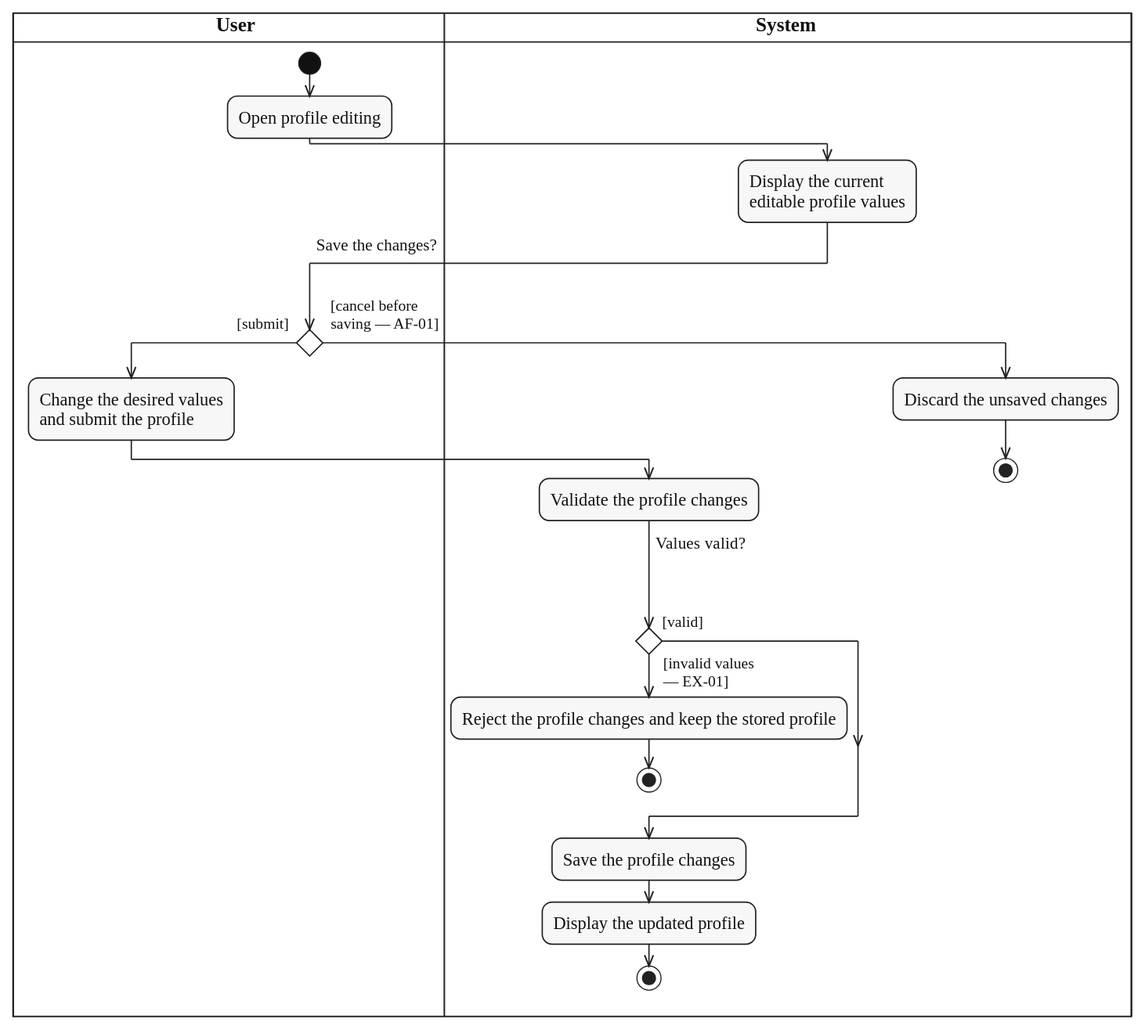
Before: diagrams/activity/account-authentication/svg/UC-PROFILE-UPDATE.svg, a diagram exported from PlantUML (lukenab/swd392-doc-automation). Its source is kept beside it as diagrams/activity/account-authentication/source/UC-PROFILE-UPDATE.puml. Source of this version:
```plantuml
@startuml UC-PROFILE-UPDATE
!include ../../_shared/activity-style.puml

|USR| $lane_title("User")
|SYS| $lane_title("System")

|USR|
start
:Open profile editing;
|SYS|
:Display the current
editable profile values;
|USR|
if ($question_x("Save the changes?")) then ($guard_left("[submit]"))
  :Change the desired values
  and submit the profile;
  |SYS|
  :Validate the profile changes;
  if ($question_x("Values valid?")) then ($guard_left("[valid]"))
  else ($guard_right("[invalid values", "— EX-01]"))
    :Reject the profile changes and keep the stored profile;
    stop
  endif
  :Save the profile changes;
  :Display the updated profile;
  stop
else ($guard_right("[cancel before", "saving — AF-01]"))
  |SYS|
  :Discard the unsaved changes;
  stop
endif
@enduml
```
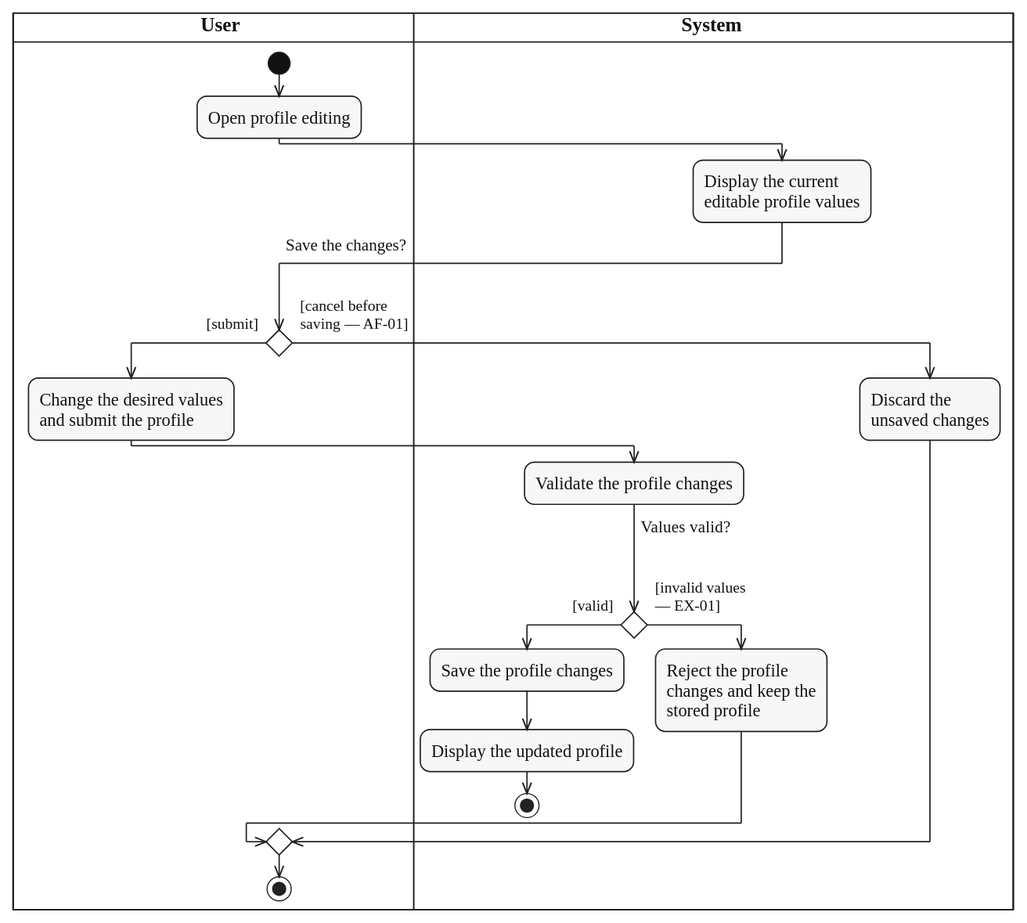
The same file after the commit.

Diff of the diagram source:
```diff
@@ -1,6 +1,5 @@
 @startuml UC-PROFILE-UPDATE
 !include ../../_shared/activity-style.puml
-
 |USR| $lane_title("User")
 |SYS| $lane_title("System")
 
@@ -17,16 +16,19 @@
   |SYS|
   :Validate the profile changes;
   if ($question_x("Values valid?")) then ($guard_left("[valid]"))
+    :Save the profile changes;
+    :Display the updated profile;
+    stop
   else ($guard_right("[invalid values", "— EX-01]"))
-    :Reject the profile changes and keep the stored profile;
-    stop
+    :Reject the profile
+    changes and keep the
+    stored profile;
   endif
-  :Save the profile changes;
-  :Display the updated profile;
-  stop
 else ($guard_right("[cancel before", "saving — AF-01]"))
   |SYS|
-  :Discard the unsaved changes;
-  stop
+  :Discard the
+  unsaved changes;
 endif
+|USR|
+stop
 @enduml
```
